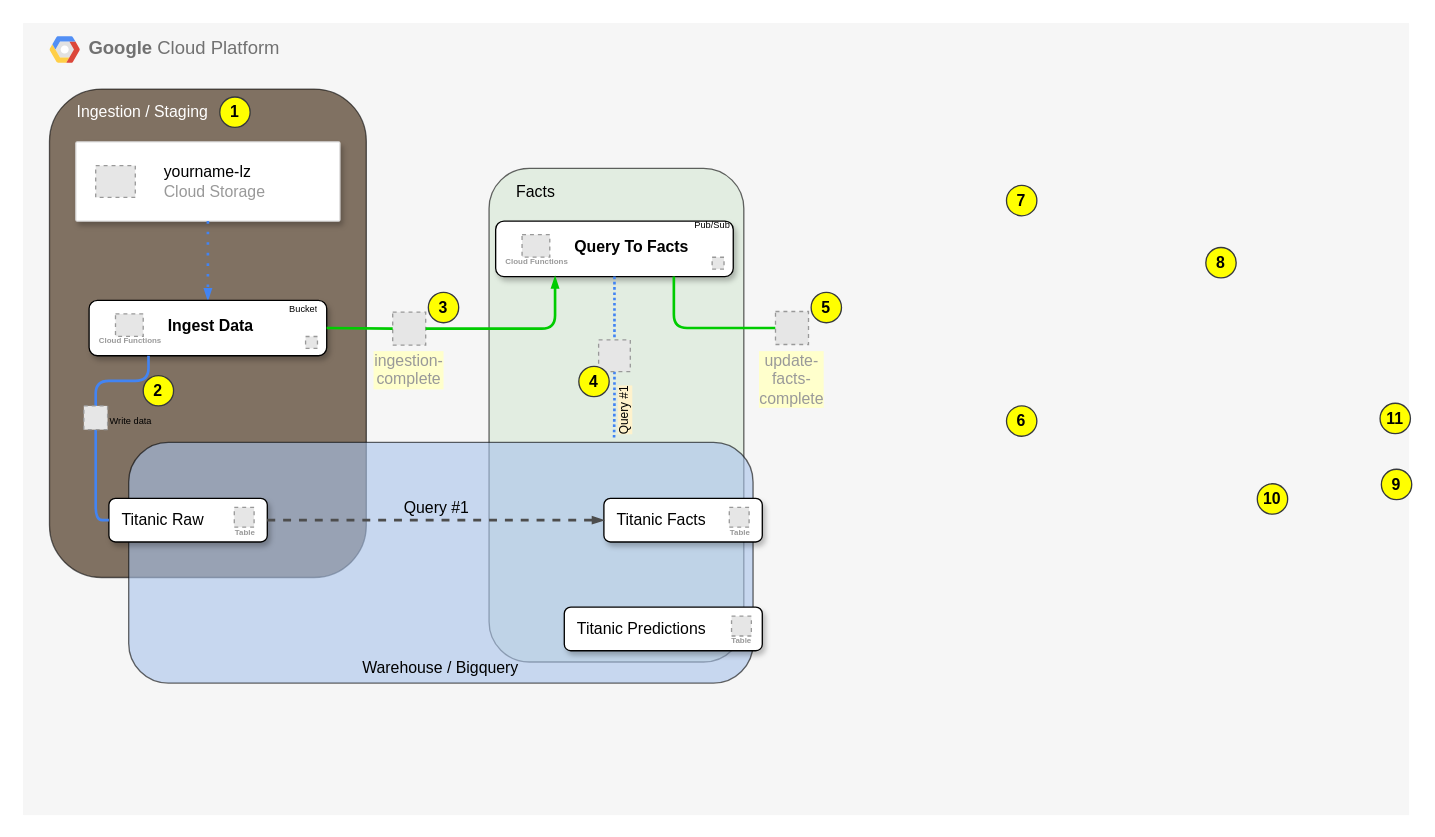
Above: page "Architecture" (1 of 4) of docs/content/exercises/simple_mlops/resources/architecture/architecture_v2.drawio in VascoPlancha/Hands-on-GCP-Closer-Academy (draw.io), before the change. Source tidied: cells renumbered, new cells numbered last; positions are measured from the earlier drawing's top-left corner, leaving out a move shared by most shapes. Both pictures are drawn from the tidied source at 132%, with x=0, y=0 at pixel (22, 22). Pictures stored in the file or linked from it are replaced by grey dashed boxes.
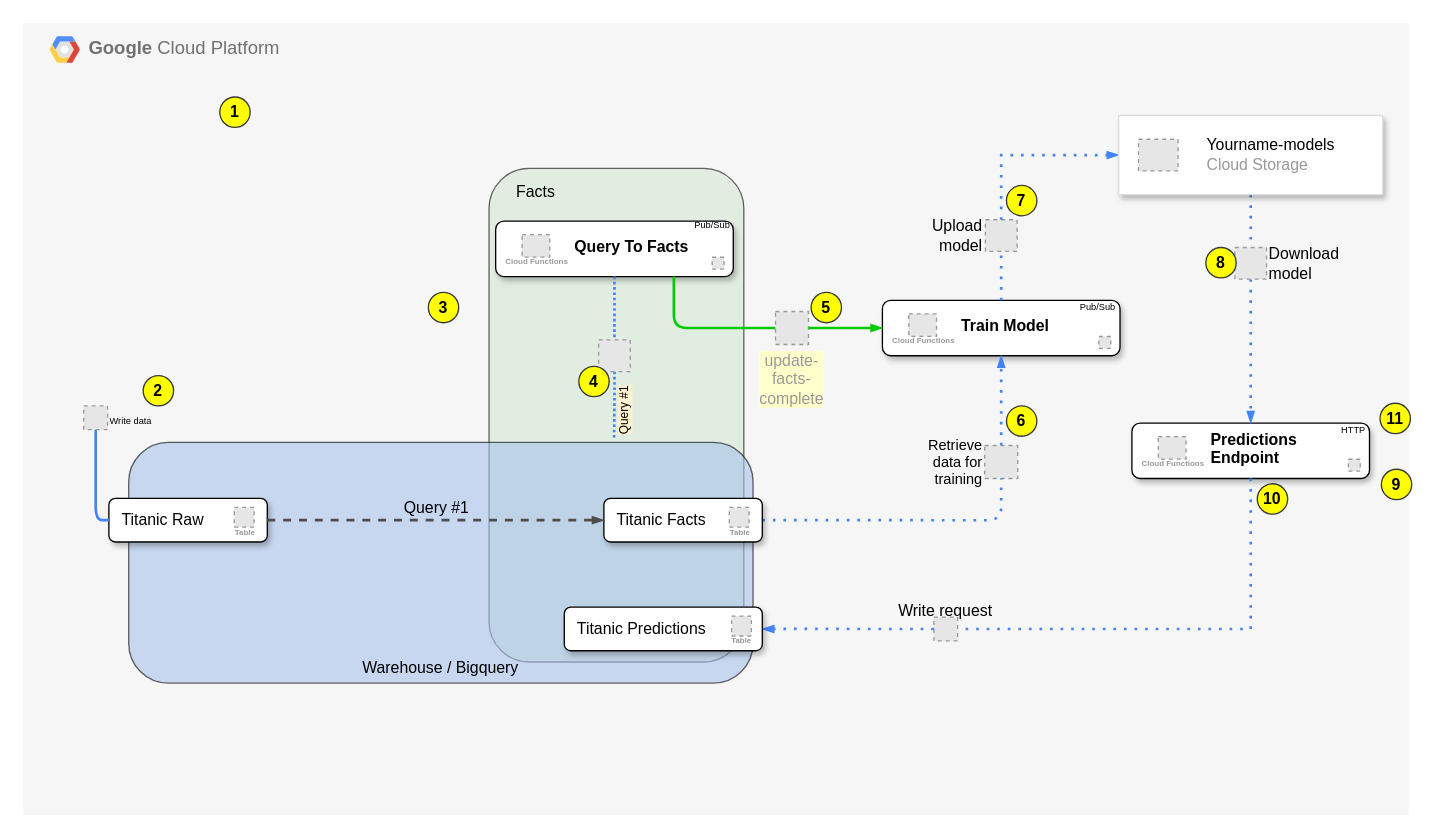
After the change.

Unchanged cells that the change refers to:
```xml
<mxCell id="18" value="Query To Facts" style="group;fillColor=default;align=left;rounded=1;strokeColor=default;shadow=1;glass=0;spacingTop=-4;spacing=0;spacingLeft=60;spacingBottom=0;spacingRight=0;verticalAlign=middle;fontStyle=1;noLabel=0;" parent="16" vertex="1">
  <mxGeometry x="358" y="150" width="180" height="42" as="geometry" />
</mxCell>
<mxCell id="24" value="update-facts-complete" style="fillColor=#E6E6E6;strokeColor=#999999;dashed=1;verticalLabelPosition=bottom;labelBackgroundColor=#FFFFCC;verticalAlign=top;align=center;spacingTop=0;fontColor=#999999;labelPosition=center;spacing=0;whiteSpace=wrap;" parent="16" vertex="1">
  <mxGeometry x="570" y="218.5" width="25" height="25" as="geometry" />
</mxCell>
<mxCell id="34" value="Write data" style="fillColor=#E6E6E6;strokeColor=#999999;dashed=1;verticalLabelPosition=middle;labelBackgroundColor=none;verticalAlign=middle;fontFamily=Helvetica;fontSize=7;fontColor=default;spacingTop=0;labelPosition=right;align=left;spacingBottom=-5;" parent="29" vertex="1">
  <mxGeometry x="46" y="290" width="18" height="18" as="geometry" />
</mxCell>
<mxCell id="35" value="Titanic Facts" style="group;fillColor=default;align=left;rounded=1;strokeColor=default;shadow=1;glass=0;spacingTop=-2;spacing=0;spacingLeft=10;spacingBottom=0;spacingRight=0;verticalAlign=middle;fontStyle=0;labelPosition=center;verticalLabelPosition=middle;" parent="29" vertex="1">
  <mxGeometry x="440" y="360" width="120" height="33.1" as="geometry" />
</mxCell>
<mxCell id="38" value="Titanic Predictions" style="group;fillColor=default;align=left;rounded=1;strokeColor=default;shadow=1;glass=0;spacingTop=-2;spacing=0;spacingLeft=10;spacingBottom=0;spacingRight=0;verticalAlign=middle;fontStyle=0;labelPosition=center;verticalLabelPosition=middle;" parent="29" vertex="1">
  <mxGeometry x="410" y="442.4" width="150" height="33.1" as="geometry" />
</mxCell>
```

The edit, as a diff of the source:
```diff
@@
-    <mxCell id="4" parent="0" />
-    <mxCell id="5" value="Ingestion / Staging" style="rounded=1;absoluteArcSize=1;arcSize=79;html=1;strokeColor=default;shadow=0;fontSize=12;align=left;verticalAlign=top;spacing=10;spacingTop=-4;whiteSpace=wrap;fillColor=#331A00;glass=0;fontColor=#ffffff;perimeterSpacing=2;opacity=60;spacingLeft=11;" parent="4" vertex="1">
-      <mxGeometry x="20" y="50" width="240" height="370" as="geometry" />
-    </mxCell>
-    <mxCell id="6" style="strokeColor=#dddddd;shadow=1;strokeWidth=1;rounded=1;absoluteArcSize=1;arcSize=2;" parent="4" vertex="1">
-      <mxGeometry x="40" y="90" width="200" height="60" as="geometry" />
-    </mxCell>
-    <mxCell id="7" value="&lt;font color=&quot;#000000&quot;&gt;yourname-lz&lt;/font&gt;&lt;br&gt;Cloud Storage" style="fillColor=#E6E6E6;strokeColor=#999999;dashed=1;html=1;fontColor=#999999;verticalLabelPosition=middle;labelBackgroundColor=#ffffff;verticalAlign=middle;labelPosition=right;align=left;spacingLeft=20;" parent="6" vertex="1">
-      <mxGeometry width="30" height="24" relative="1" as="geometry">
-        <mxPoint x="15" y="18" as="offset" />
-      </mxGeometry>
-    </mxCell>
-    <mxCell id="8" style="edgeStyle=orthogonalEdgeStyle;fontSize=12;html=1;endArrow=blockThin;endFill=1;rounded=0;strokeWidth=2;endSize=4;startSize=4;dashed=1;dashPattern=1 3;strokeColor=#4284F3;exitX=0.5;exitY=1;exitDx=0;exitDy=0;entryX=0.5;entryY=0;entryDx=0;entryDy=0;" parent="4" edge="1" source="6" target="9">
-      <mxGeometry relative="1" as="geometry" />
-    </mxCell>
-    <mxCell id="9" value="Ingest Data" style="group;fillColor=default;align=left;rounded=1;strokeColor=default;shadow=1;glass=0;spacingTop=-4;spacing=0;spacingLeft=60;spacingBottom=0;spacingRight=0;verticalAlign=middle;fontStyle=1;noLabel=0;" parent="4" vertex="1">
-      <mxGeometry x="50" y="210" width="180" height="42" as="geometry" />
-    </mxCell>
-    <mxCell id="10" style="fillColor=#E6E6E6;strokeColor=#999999;dashed=1;verticalLabelPosition=bottom;labelBackgroundColor=default;verticalAlign=top;" parent="9" vertex="1">
-      <mxGeometry x="164" y="27.4" width="9" height="9" as="geometry" />
-    </mxCell>
-    <mxCell id="11" value="Cloud Functions" style="fillColor=#E6E6E6;strokeColor=#999999;dashed=1;verticalAlign=top;labelPosition=center;verticalLabelPosition=bottom;align=center;spacingTop=-6;fontSize=6;fontStyle=1;fontColor=#999999;html=1;" parent="9" vertex="1">
-      <mxGeometry x="20" y="10.3" width="21" height="17" as="geometry" />
-    </mxCell>
-    <mxCell id="12" style="edgeStyle=orthogonalEdgeStyle;fontSize=12;html=1;endArrow=none;endFill=0;rounded=1;strokeWidth=2;endSize=2;startSize=4;dashed=0;strokeColor=#4284F3;fontFamily=Helvetica;fontColor=default;exitX=0.5;exitY=0;exitDx=0;exitDy=0;entryX=0.25;entryY=1;entryDx=0;entryDy=0;" parent="4" edge="1" source="34" target="9">
-      <mxGeometry relative="1" as="geometry" />
-    </mxCell>
-    <mxCell id="13" value="ingestion-complete" style="fillColor=#E6E6E6;strokeColor=#999999;dashed=1;verticalLabelPosition=bottom;labelBackgroundColor=#FFFFCC;verticalAlign=top;align=center;spacingTop=0;fontColor=#999999;labelPosition=center;spacing=0;html=1;whiteSpace=wrap;" parent="4" vertex="1">
-      <mxGeometry x="280" y="219" width="25" height="25" as="geometry" />
-    </mxCell>
-    <mxCell id="14" style="edgeStyle=orthogonalEdgeStyle;fontSize=12;html=1;endArrow=none;endFill=0;rounded=1;strokeWidth=2;endSize=4;startSize=4;strokeColor=#00CC00;dashed=0;exitX=1;exitY=0.5;exitDx=0;exitDy=0;shadow=0;jumpSize=11;jumpStyle=gap;entryX=0;entryY=0.5;entryDx=0;entryDy=0;" parent="4" edge="1" source="9" target="13">
-      <mxGeometry relative="1" as="geometry" />
-    </mxCell>
-    <mxCell id="15" value="Bucket" style="text;strokeColor=none;fillColor=none;align=left;verticalAlign=middle;spacingLeft=4;spacingRight=4;overflow=hidden;whiteSpace=wrap;html=1;fontSize=7;" parent="4" vertex="1">
-      <mxGeometry x="196" y="210" width="32" height="13" as="geometry" />
-    </mxCell>
@@
-    <mxCell id="22" style="edgeStyle=orthogonalEdgeStyle;fontSize=12;html=1;endArrow=blockThin;endFill=1;strokeWidth=2;endSize=4;startSize=4;strokeColor=#00CC00;dashed=0;rounded=1;entryX=0.25;entryY=1;entryDx=0;entryDy=0;exitX=1;exitY=0.5;exitDx=0;exitDy=0;" parent="16" edge="1" source="13" target="18">
-      <mxGeometry relative="1" as="geometry" />
-    </mxCell>
@@
+    <mxCell id="52" parent="0" />
+    <mxCell id="53" value="Train Model" style="group;fillColor=default;align=left;rounded=1;strokeColor=default;shadow=1;glass=0;spacingTop=-4;spacing=0;spacingLeft=60;spacingBottom=0;spacingRight=0;verticalAlign=middle;fontStyle=1;noLabel=0;" parent="52" vertex="1">
+      <mxGeometry x="651" y="210" width="180" height="42" as="geometry" />
+    </mxCell>
+    <mxCell id="54" style="fillColor=#E6E6E6;strokeColor=#999999;dashed=1;verticalLabelPosition=bottom;labelBackgroundColor=default;verticalAlign=top;" parent="53" vertex="1">
+      <mxGeometry x="164" y="27.4" width="9" height="9" as="geometry" />
+    </mxCell>
+    <mxCell id="55" value="Cloud Functions" style="fillColor=#E6E6E6;strokeColor=#999999;dashed=1;verticalAlign=top;labelPosition=center;verticalLabelPosition=bottom;align=center;spacingTop=-6;fontSize=6;fontStyle=1;fontColor=#999999;html=1;" parent="53" vertex="1">
+      <mxGeometry x="20" y="10.3" width="21" height="17" as="geometry" />
+    </mxCell>
+    <mxCell id="56" style="edgeStyle=orthogonalEdgeStyle;fontSize=12;html=1;endArrow=blockThin;endFill=1;strokeWidth=2;endSize=4;startSize=4;strokeColor=#00CC00;dashed=0;rounded=1;entryX=0;entryY=0.5;entryDx=0;entryDy=0;exitX=1;exitY=0.5;exitDx=0;exitDy=0;" parent="52" edge="1" source="24" target="53">
+      <mxGeometry relative="1" as="geometry" />
+    </mxCell>
+    <mxCell id="57" style="edgeStyle=orthogonalEdgeStyle;fontSize=12;html=1;endArrow=blockThin;endFill=1;rounded=1;strokeWidth=2;endSize=4;startSize=4;dashed=1;dashPattern=1 3;strokeColor=#4284F3;exitX=0.5;exitY=0;exitDx=0;exitDy=0;entryX=0.5;entryY=1;entryDx=0;entryDy=0;labelBackgroundColor=#CCCCCC;labelPosition=center;verticalLabelPosition=top;align=center;verticalAlign=bottom;spacingLeft=-17;" parent="52" edge="1" source="58" target="53">
+      <mxGeometry relative="1" as="geometry" />
+    </mxCell>
+    <mxCell id="58" value="Retrieve data for training" style="fillColor=#E6E6E6;strokeColor=#999999;dashed=1;verticalLabelPosition=middle;labelBackgroundColor=none;verticalAlign=middle;labelPosition=left;align=right;whiteSpace=wrap;fontSize=11;" parent="52" vertex="1">
+      <mxGeometry x="728.5" y="320" width="25" height="25" as="geometry" />
+    </mxCell>
+    <mxCell id="59" value="Pub/Sub" style="text;strokeColor=none;fillColor=none;align=left;verticalAlign=middle;spacingLeft=4;spacingRight=4;overflow=hidden;whiteSpace=wrap;html=1;fontSize=7;" parent="52" vertex="1">
+      <mxGeometry x="795" y="209" width="37" height="13" as="geometry" />
+    </mxCell>
+    <mxCell id="60" style="edgeStyle=orthogonalEdgeStyle;fontSize=12;html=1;endArrow=none;endFill=0;rounded=1;strokeWidth=2;endSize=4;startSize=4;dashed=1;dashPattern=1 3;strokeColor=#4284F3;exitX=1;exitY=0.5;exitDx=0;exitDy=0;entryX=0.5;entryY=1;entryDx=0;entryDy=0;labelBackgroundColor=#CCCCCC;labelPosition=center;verticalLabelPosition=top;align=center;verticalAlign=bottom;spacingLeft=13;" parent="52" edge="1" source="35" target="58">
+      <mxGeometry relative="1" as="geometry" />
+    </mxCell>
+    <mxCell id="61" style="edgeStyle=orthogonalEdgeStyle;fontSize=12;html=1;endArrow=none;endFill=0;rounded=0;strokeWidth=2;endSize=4;startSize=4;dashed=1;dashPattern=1 3;strokeColor=#4284F3;exitX=0.5;exitY=0;exitDx=0;exitDy=0;entryX=0.5;entryY=1;entryDx=0;entryDy=0;" parent="52" edge="1" source="53" target="62">
+      <mxGeometry relative="1" as="geometry" />
+    </mxCell>
+    <mxCell id="62" value="Upload model" style="fillColor=#E6E6E6;strokeColor=#999999;dashed=1;verticalLabelPosition=middle;labelBackgroundColor=none;verticalAlign=middle;labelPosition=left;align=right;whiteSpace=wrap;" parent="52" vertex="1">
+      <mxGeometry x="729" y="149" width="24" height="24" as="geometry" />
+    </mxCell>
+    <mxCell id="63" style="edgeStyle=orthogonalEdgeStyle;fontSize=12;html=1;endArrow=blockThin;endFill=1;rounded=0;strokeWidth=2;endSize=4;startSize=4;dashed=1;dashPattern=1 3;strokeColor=#4284F3;exitX=0.5;exitY=0;exitDx=0;exitDy=0;entryX=0;entryY=0.5;entryDx=0;entryDy=0;" parent="52" edge="1" source="62" target="75">
+      <mxGeometry relative="1" as="geometry" />
+    </mxCell>
+    <mxCell id="64" parent="0" />
+    <mxCell id="65" value="Predictions&#10;Endpoint" style="group;fillColor=default;align=left;rounded=1;strokeColor=default;shadow=1;glass=0;spacingTop=-4;spacing=0;spacingLeft=60;spacingBottom=0;spacingRight=0;verticalAlign=middle;fontStyle=1;noLabel=0;" parent="64" vertex="1">
+      <mxGeometry x="840" y="303" width="180" height="42" as="geometry" />
+    </mxCell>
+    <mxCell id="66" style="fillColor=#E6E6E6;strokeColor=#999999;dashed=1;verticalLabelPosition=bottom;labelBackgroundColor=default;verticalAlign=top;" parent="65" vertex="1">
+      <mxGeometry x="164" y="27.4" width="9" height="9" as="geometry" />
+    </mxCell>
+    <mxCell id="67" value="Cloud Functions" style="fillColor=#E6E6E6;strokeColor=#999999;dashed=1;verticalAlign=top;labelPosition=center;verticalLabelPosition=bottom;align=center;spacingTop=-6;fontSize=6;fontStyle=1;fontColor=#999999;html=1;" parent="65" vertex="1">
+      <mxGeometry x="20" y="10.3" width="21" height="17" as="geometry" />
+    </mxCell>
+    <mxCell id="68" style="edgeStyle=orthogonalEdgeStyle;fontSize=12;html=1;endArrow=blockThin;endFill=1;rounded=0;strokeWidth=2;endSize=4;startSize=4;dashed=1;dashPattern=1 3;strokeColor=#4284F3;exitX=0.5;exitY=1;exitDx=0;exitDy=0;entryX=0.5;entryY=0;entryDx=0;entryDy=0;" parent="64" edge="1" source="70" target="65">
+      <mxGeometry relative="1" as="geometry" />
+    </mxCell>
+    <mxCell id="69" style="edgeStyle=orthogonalEdgeStyle;fontSize=12;html=1;endArrow=none;endFill=0;rounded=0;strokeWidth=2;endSize=4;startSize=4;dashed=1;dashPattern=1 3;strokeColor=#4284F3;exitX=0.5;exitY=1;exitDx=0;exitDy=0;entryX=0.5;entryY=0;entryDx=0;entryDy=0;" parent="64" edge="1" source="75" target="70">
+      <mxGeometry relative="1" as="geometry" />
+    </mxCell>
+    <mxCell id="70" value="Download model" style="fillColor=#E6E6E6;strokeColor=#999999;dashed=1;verticalLabelPosition=middle;labelBackgroundColor=none;verticalAlign=middle;whiteSpace=wrap;labelPosition=right;align=left;" parent="64" vertex="1">
+      <mxGeometry x="918" y="170" width="24" height="24" as="geometry" />
+    </mxCell>
+    <mxCell id="71" value="HTTP" style="text;strokeColor=none;fillColor=none;align=left;verticalAlign=middle;spacingLeft=4;spacingRight=4;overflow=hidden;whiteSpace=wrap;html=1;fontSize=7;" parent="64" vertex="1">
+      <mxGeometry x="993" y="302" width="30" height="13" as="geometry" />
+    </mxCell>
+    <mxCell id="72" style="edgeStyle=orthogonalEdgeStyle;fontSize=12;html=1;endArrow=none;endFill=0;rounded=0;strokeWidth=2;endSize=4;startSize=4;dashed=1;dashPattern=1 3;strokeColor=#4284F3;entryX=1;entryY=0.5;entryDx=0;entryDy=0;exitX=0.5;exitY=1;exitDx=0;exitDy=0;" parent="64" edge="1" source="65" target="73">
+      <mxGeometry relative="1" as="geometry" />
+    </mxCell>
+    <mxCell id="73" value="Write request" style="fillColor=#E6E6E6;strokeColor=#999999;dashed=1;verticalLabelPosition=top;labelBackgroundColor=none;verticalAlign=bottom;fontFamily=Helvetica;fontSize=12;fontColor=default;spacingTop=0;labelPosition=center;align=center;spacingBottom=-5;" parent="64" vertex="1">
+      <mxGeometry x="690" y="450" width="18" height="18" as="geometry" />
+    </mxCell>
+    <mxCell id="74" style="edgeStyle=orthogonalEdgeStyle;fontSize=12;html=1;endArrow=blockThin;endFill=1;rounded=0;strokeWidth=2;endSize=4;startSize=4;dashed=1;dashPattern=1 3;strokeColor=#4284F3;entryX=1;entryY=0.5;entryDx=0;entryDy=0;exitX=0;exitY=0.5;exitDx=0;exitDy=0;" parent="64" edge="1" source="73" target="38">
+      <mxGeometry relative="1" as="geometry" />
+    </mxCell>
@@
+    <mxCell id="75" style="strokeColor=#dddddd;shadow=1;strokeWidth=1;rounded=1;absoluteArcSize=1;arcSize=2;" parent="29" vertex="1">
+      <mxGeometry x="830" y="70" width="200" height="60" as="geometry" />
+    </mxCell>
+    <mxCell id="76" value="&lt;font color=&quot;#000000&quot;&gt;Yourname-models&lt;/font&gt;&lt;br&gt;Cloud Storage" style="fillColor=#E6E6E6;strokeColor=#999999;dashed=1;html=1;fontColor=#999999;verticalLabelPosition=middle;labelBackgroundColor=#ffffff;verticalAlign=middle;labelPosition=right;align=left;spacingLeft=20;" parent="75" vertex="1">
+      <mxGeometry width="30" height="24" relative="1" as="geometry">
+        <mxPoint x="15" y="18" as="offset" />
+      </mxGeometry>
+    </mxCell>
```
